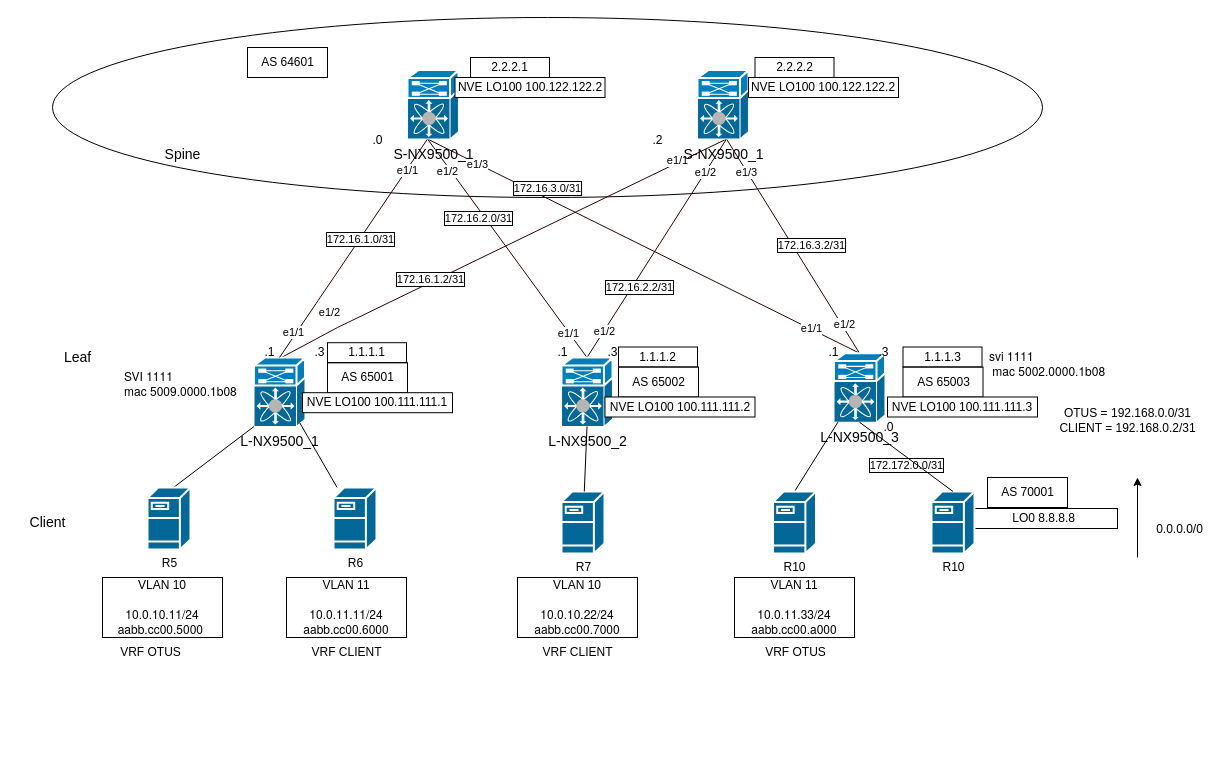
This is DesignNetworkDataCenter/lab8_VxLAN_4_EVPN_type5/lab8_type5.drawio from rain360z/otus-networks, a draw.io file, before an edit. Source tidied: cells renumbered, new cells numbered last; positions are measured from the earlier drawing's top-left corner, leaving out a move shared by most shapes. Both pictures are drawn from the tidied source at 100%, with x=0, y=0 at pixel (17, 17).
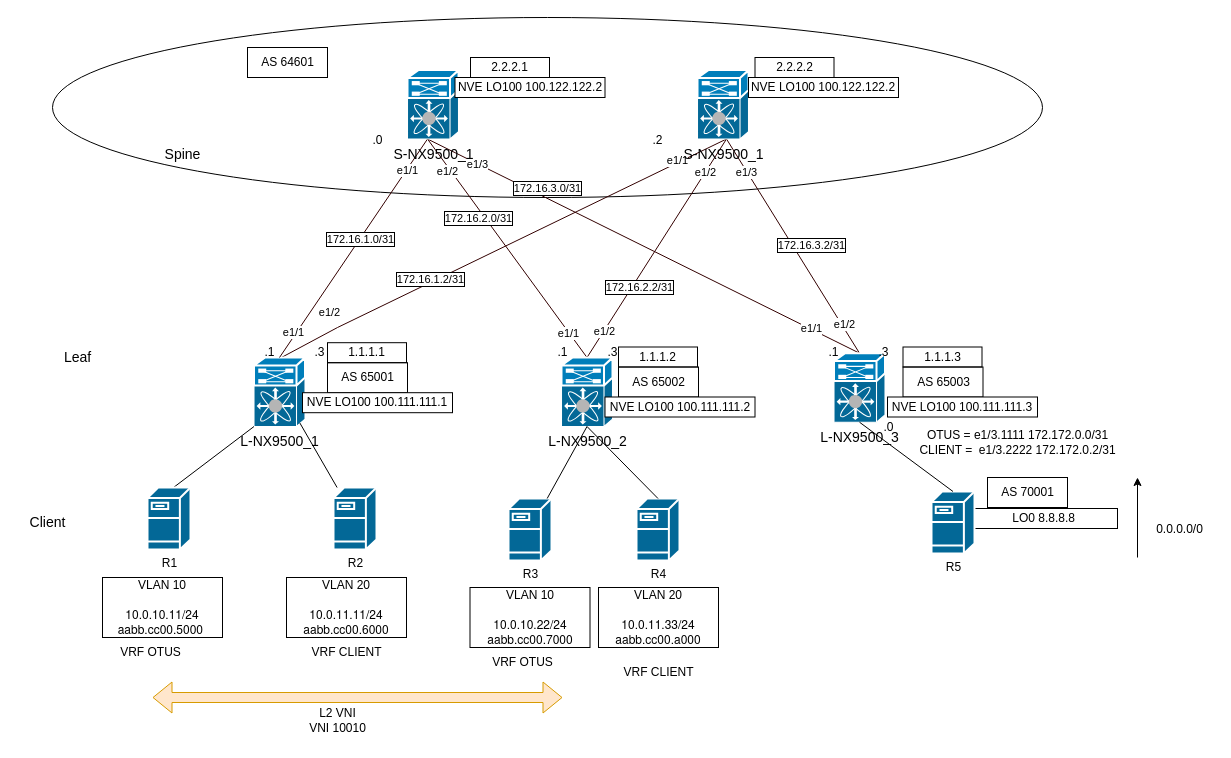
Above is the later version.

The change refers to these unchanged cells:
```xml
<mxCell id="13" value="L-NX9500_2" style="shape=mxgraph.cisco.misc.nexus_7000;html=1;fillColor=#036897;strokeColor=#ffffff;strokeWidth=2;verticalLabelPosition=bottom;verticalAlign=top;align=center;outlineConnect=0;fontSize=14;" parent="1" vertex="1">
  <mxGeometry x="544" y="340" width="51" height="69" as="geometry" />
</mxCell>
<mxCell id="24" value="L-NX9500_3" style="shape=mxgraph.cisco.misc.nexus_7000;html=1;fillColor=#036897;strokeColor=#ffffff;strokeWidth=2;verticalLabelPosition=bottom;verticalAlign=top;align=center;outlineConnect=0;fontSize=14;" parent="1" vertex="1">
  <mxGeometry x="816.5" y="335.7" width="51" height="69" as="geometry" />
</mxCell>
```

What changed in the source:
```diff
@@
-    <mxCell id="25" style="endArrow=none;html=1;rounded=0;exitX=0.5;exitY=0;exitDx=0;exitDy=0;exitPerimeter=0;fontSize=14;" parent="1" edge="1" source="62" target="24">
-      <mxGeometry relative="1" as="geometry" />
-    </mxCell>
@@
-    <mxCell id="60" value="VLAN 11&lt;br style=&quot;box-sizing: border-box; font-family: &amp;quot;Helvetica Neue&amp;quot;, Helvetica, Arial, sans-serif;&quot;&gt;&lt;br style=&quot;box-sizing: border-box; font-family: &amp;quot;Helvetica Neue&amp;quot;, Helvetica, Arial, sans-serif;&quot;&gt;&lt;span style=&quot;font-family: &amp;quot;Helvetica Neue&amp;quot;, Helvetica, Arial, sans-serif; background-color: rgb(255, 255, 255);&quot;&gt;10.0.11.33/24&lt;/span&gt;&lt;br style=&quot;box-sizing: border-box; font-family: &amp;quot;Helvetica Neue&amp;quot;, Helvetica, Arial, sans-serif;&quot;&gt;&lt;span style=&quot;font-family: &amp;quot;Helvetica Neue&amp;quot;, Helvetica, Arial, sans-serif; background-color: rgb(255, 255, 255);&quot;&gt;aabb.cc00.a000&lt;/span&gt;" style="rounded=0;whiteSpace=wrap;html=1;fillColor=none;" parent="1" vertex="1">
-      <mxGeometry x="717" y="560" width="120" height="60" as="geometry" />
+    <mxCell id="60" value="VLAN 20&lt;br style=&quot;box-sizing: border-box; font-family: &amp;quot;Helvetica Neue&amp;quot;, Helvetica, Arial, sans-serif;&quot;&gt;&lt;br style=&quot;box-sizing: border-box; font-family: &amp;quot;Helvetica Neue&amp;quot;, Helvetica, Arial, sans-serif;&quot;&gt;&lt;span style=&quot;font-family: &amp;quot;Helvetica Neue&amp;quot;, Helvetica, Arial, sans-serif; background-color: rgb(255, 255, 255);&quot;&gt;10.0.11.33/24&lt;/span&gt;&lt;br style=&quot;box-sizing: border-box; font-family: &amp;quot;Helvetica Neue&amp;quot;, Helvetica, Arial, sans-serif;&quot;&gt;&lt;span style=&quot;font-family: &amp;quot;Helvetica Neue&amp;quot;, Helvetica, Arial, sans-serif; background-color: rgb(255, 255, 255);&quot;&gt;aabb.cc00.a000&lt;/span&gt;" style="rounded=0;whiteSpace=wrap;html=1;fillColor=none;" parent="1" vertex="1">
+      <mxGeometry x="581" y="570" width="120" height="60" as="geometry" />
     </mxCell>
-    <mxCell id="61" value="R5" style="shape=mxgraph.cisco.servers.fileserver;sketch=0;html=1;dashed=0;fillColor=#036897;strokeColor=#ffffff;strokeWidth=2;verticalLabelPosition=bottom;verticalAlign=top;align=center;" parent="1" vertex="1">
+    <mxCell id="61" value="R1" style="shape=mxgraph.cisco.servers.fileserver;sketch=0;html=1;dashed=0;fillColor=#036897;strokeColor=#ffffff;strokeWidth=2;verticalLabelPosition=bottom;verticalAlign=top;align=center;" parent="1" vertex="1">
       <mxGeometry x="130" y="470" width="43" height="62" as="geometry" />
     </mxCell>
-    <mxCell id="62" value="R10" style="shape=mxgraph.cisco.servers.fileserver;sketch=0;html=1;dashed=0;fillColor=#036897;strokeColor=#ffffff;strokeWidth=2;verticalLabelPosition=bottom;verticalAlign=top;align=center;outlineConnect=0;" parent="1" vertex="1">
-      <mxGeometry x="755.5" y="474" width="43" height="62" as="geometry" />
+    <mxCell id="62" value="R4" style="shape=mxgraph.cisco.servers.fileserver;sketch=0;html=1;dashed=0;fillColor=#036897;strokeColor=#ffffff;strokeWidth=2;verticalLabelPosition=bottom;verticalAlign=top;align=center;outlineConnect=0;" parent="1" vertex="1">
+      <mxGeometry x="619" y="481" width="43" height="62" as="geometry" />
     </mxCell>
     <mxCell id="63" value="VLAN 10&lt;br style=&quot;box-sizing: border-box; font-family: &amp;quot;Helvetica Neue&amp;quot;, Helvetica, Arial, sans-serif;&quot;&gt;&lt;br style=&quot;box-sizing: border-box; font-family: &amp;quot;Helvetica Neue&amp;quot;, Helvetica, Arial, sans-serif;&quot;&gt;&lt;span style=&quot;font-family: &amp;quot;Helvetica Neue&amp;quot;, Helvetica, Arial, sans-serif; background-color: rgb(255, 255, 255);&quot;&gt;10.0.10.22/24&lt;/span&gt;&lt;br style=&quot;box-sizing: border-box; font-family: &amp;quot;Helvetica Neue&amp;quot;, Helvetica, Arial, sans-serif;&quot;&gt;&lt;span style=&quot;font-family: &amp;quot;Helvetica Neue&amp;quot;, Helvetica, Arial, sans-serif; background-color: rgb(255, 255, 255);&quot;&gt;aabb.cc00.7000&lt;/span&gt;" style="rounded=0;whiteSpace=wrap;html=1;fillColor=none;" parent="1" vertex="1">
-      <mxGeometry x="500" y="560" width="120" height="60" as="geometry" />
+      <mxGeometry x="452.5" y="570" width="120" height="60" as="geometry" />
     </mxCell>
-    <mxCell id="64" value="VLAN 11&lt;br style=&quot;box-sizing: border-box; font-family: &amp;quot;Helvetica Neue&amp;quot;, Helvetica, Arial, sans-serif;&quot;&gt;&lt;br style=&quot;box-sizing: border-box; font-family: &amp;quot;Helvetica Neue&amp;quot;, Helvetica, Arial, sans-serif;&quot;&gt;&lt;span style=&quot;font-family: &amp;quot;Helvetica Neue&amp;quot;, Helvetica, Arial, sans-serif; background-color: rgb(255, 255, 255);&quot;&gt;10.0.11.11/24&lt;/span&gt;&lt;br style=&quot;box-sizing: border-box; font-family: &amp;quot;Helvetica Neue&amp;quot;, Helvetica, Arial, sans-serif;&quot;&gt;&lt;span style=&quot;font-family: &amp;quot;Helvetica Neue&amp;quot;, Helvetica, Arial, sans-serif; background-color: rgb(255, 255, 255);&quot;&gt;aabb.cc00.6000&lt;/span&gt;" style="rounded=0;whiteSpace=wrap;html=1;fillColor=none;" parent="1" vertex="1">
+    <mxCell id="64" value="VLAN 20&lt;br style=&quot;box-sizing: border-box; font-family: &amp;quot;Helvetica Neue&amp;quot;, Helvetica, Arial, sans-serif;&quot;&gt;&lt;br style=&quot;box-sizing: border-box; font-family: &amp;quot;Helvetica Neue&amp;quot;, Helvetica, Arial, sans-serif;&quot;&gt;&lt;span style=&quot;font-family: &amp;quot;Helvetica Neue&amp;quot;, Helvetica, Arial, sans-serif; background-color: rgb(255, 255, 255);&quot;&gt;10.0.11.11/24&lt;/span&gt;&lt;br style=&quot;box-sizing: border-box; font-family: &amp;quot;Helvetica Neue&amp;quot;, Helvetica, Arial, sans-serif;&quot;&gt;&lt;span style=&quot;font-family: &amp;quot;Helvetica Neue&amp;quot;, Helvetica, Arial, sans-serif; background-color: rgb(255, 255, 255);&quot;&gt;aabb.cc00.6000&lt;/span&gt;" style="rounded=0;whiteSpace=wrap;html=1;fillColor=none;" parent="1" vertex="1">
       <mxGeometry x="269" y="560" width="120" height="60" as="geometry" />
     </mxCell>
-    <mxCell id="65" value="R7" style="shape=mxgraph.cisco.servers.fileserver;sketch=0;html=1;dashed=0;fillColor=#036897;strokeColor=#ffffff;strokeWidth=2;verticalLabelPosition=bottom;verticalAlign=top;align=center;outlineConnect=0;" parent="1" vertex="1">
-      <mxGeometry x="544" y="474" width="43" height="62" as="geometry" />
+    <mxCell id="65" value="R3" style="shape=mxgraph.cisco.servers.fileserver;sketch=0;html=1;dashed=0;fillColor=#036897;strokeColor=#ffffff;strokeWidth=2;verticalLabelPosition=bottom;verticalAlign=top;align=center;outlineConnect=0;" parent="1" vertex="1">
+      <mxGeometry x="491" y="481" width="43" height="62" as="geometry" />
     </mxCell>
-    <mxCell id="66" value="R6" style="shape=mxgraph.cisco.servers.fileserver;sketch=0;html=1;dashed=0;fillColor=#036897;strokeColor=#ffffff;strokeWidth=2;verticalLabelPosition=bottom;verticalAlign=top;align=center;outlineConnect=0;" parent="1" vertex="1">
+    <mxCell id="66" value="R2" style="shape=mxgraph.cisco.servers.fileserver;sketch=0;html=1;dashed=0;fillColor=#036897;strokeColor=#ffffff;strokeWidth=2;verticalLabelPosition=bottom;verticalAlign=top;align=center;outlineConnect=0;" parent="1" vertex="1">
       <mxGeometry x="316" y="470" width="43" height="62" as="geometry" />
     </mxCell>
@@
-    <mxCell id="69" value="&lt;span style=&quot;color: rgb(0, 0, 0); font-family: &amp;quot;Helvetica Neue&amp;quot;, Helvetica, Arial, sans-serif; font-size: 12px; font-style: normal; font-variant-ligatures: normal; font-variant-caps: normal; font-weight: 400; letter-spacing: normal; orphans: 2; text-align: -webkit-center; text-indent: 0px; text-transform: none; widows: 2; word-spacing: 0px; -webkit-text-stroke-width: 0px; background-color: rgb(255, 255, 255); text-decoration-thickness: initial; text-decoration-style: initial; text-decoration-color: initial; float: none; display: inline !important;&quot;&gt;svi 1111&lt;/span&gt;&lt;br style=&quot;box-sizing: border-box; color: rgb(0, 0, 0); font-family: &amp;quot;Helvetica Neue&amp;quot;, Helvetica, Arial, sans-serif; font-size: 12px; font-style: normal; font-variant-ligatures: normal; font-variant-caps: normal; font-weight: 400; letter-spacing: normal; orphans: 2; text-align: -webkit-center; text-indent: 0px; text-transform: none; widows: 2; word-spacing: 0px; -webkit-text-stroke-width: 0px; text-decoration-thickness: initial; text-decoration-style: initial; text-decoration-color: initial;&quot;&gt;&lt;span style=&quot;color: rgb(0, 0, 0); font-family: &amp;quot;Helvetica Neue&amp;quot;, Helvetica, Arial, sans-serif; font-size: 12px; font-style: normal; font-variant-ligatures: normal; font-variant-caps: normal; font-weight: 400; letter-spacing: normal; orphans: 2; text-align: -webkit-center; text-indent: 0px; text-transform: none; widows: 2; word-spacing: 0px; -webkit-text-stroke-width: 0px; background-color: rgb(255, 255, 255); text-decoration-thickness: initial; text-decoration-style: initial; text-decoration-color: initial; float: none; display: inline !important;&quot;&gt;&amp;nbsp;mac 5002.0000.1b08&lt;/span&gt;" style="text;whiteSpace=wrap;html=1;" parent="1" vertex="1">
-      <mxGeometry x="970" y="325.2" width="150" height="50" as="geometry" />
-    </mxCell>
-    <mxCell id="70" value="&lt;span style=&quot;color: rgb(0, 0, 0); font-family: &amp;quot;Helvetica Neue&amp;quot;, Helvetica, Arial, sans-serif; font-size: 12px; font-style: normal; font-variant-ligatures: normal; font-variant-caps: normal; font-weight: 400; letter-spacing: normal; orphans: 2; text-align: -webkit-center; text-indent: 0px; text-transform: none; widows: 2; word-spacing: 0px; -webkit-text-stroke-width: 0px; background-color: rgb(255, 255, 255); text-decoration-thickness: initial; text-decoration-style: initial; text-decoration-color: initial; float: none; display: inline !important;&quot;&gt;SVI 1111&lt;/span&gt;&lt;br style=&quot;box-sizing: border-box; color: rgb(0, 0, 0); font-family: &amp;quot;Helvetica Neue&amp;quot;, Helvetica, Arial, sans-serif; font-size: 12px; font-style: normal; font-variant-ligatures: normal; font-variant-caps: normal; font-weight: 400; letter-spacing: normal; orphans: 2; text-align: -webkit-center; text-indent: 0px; text-transform: none; widows: 2; word-spacing: 0px; -webkit-text-stroke-width: 0px; text-decoration-thickness: initial; text-decoration-style: initial; text-decoration-color: initial;&quot;&gt;&lt;span style=&quot;color: rgb(0, 0, 0); font-family: &amp;quot;Helvetica Neue&amp;quot;, Helvetica, Arial, sans-serif; font-size: 12px; font-style: normal; font-variant-ligatures: normal; font-variant-caps: normal; font-weight: 400; letter-spacing: normal; orphans: 2; text-align: -webkit-center; text-indent: 0px; text-transform: none; widows: 2; word-spacing: 0px; -webkit-text-stroke-width: 0px; background-color: rgb(255, 255, 255); text-decoration-thickness: initial; text-decoration-style: initial; text-decoration-color: initial; float: none; display: inline !important;&quot;&gt;mac 5009.0000.1b08&lt;/span&gt;" style="text;whiteSpace=wrap;html=1;" parent="1" vertex="1">
-      <mxGeometry x="105" y="345.2" width="125" height="50" as="geometry" />
-    </mxCell>
@@
-    <mxCell id="75" value="172.172.0.0/31" style="edgeLabel;html=1;align=center;verticalAlign=middle;labelBorderColor=default;" parent="1" vertex="1">
-      <mxGeometry x="885.5" y="450" as="geometry">
-        <mxPoint x="3" y="-3" as="offset" />
-      </mxGeometry>
-    </mxCell>
@@
-    <mxCell id="77" value="R10" style="shape=mxgraph.cisco.servers.fileserver;sketch=0;html=1;dashed=0;fillColor=#036897;strokeColor=#ffffff;strokeWidth=2;verticalLabelPosition=bottom;verticalAlign=top;align=center;outlineConnect=0;" parent="1" vertex="1">
+    <mxCell id="77" value="R5" style="shape=mxgraph.cisco.servers.fileserver;sketch=0;html=1;dashed=0;fillColor=#036897;strokeColor=#ffffff;strokeWidth=2;verticalLabelPosition=bottom;verticalAlign=top;align=center;outlineConnect=0;" parent="1" vertex="1">
       <mxGeometry x="914" y="474" width="43" height="62" as="geometry" />
     </mxCell>
@@
-    <mxCell id="81" value="VRF CLIENT" style="text;html=1;align=center;verticalAlign=middle;strokeColor=none;fillColor=none;" parent="1" vertex="1">
-      <mxGeometry x="515" y="620" width="90" height="30" as="geometry" />
+    <mxCell id="81" value="VRF OTUS" style="text;html=1;align=center;verticalAlign=middle;strokeColor=none;fillColor=none;" parent="1" vertex="1">
+      <mxGeometry x="465" y="630" width="80" height="30" as="geometry" />
     </mxCell>
-    <mxCell id="82" value="VRF OTUS" style="text;html=1;align=center;verticalAlign=middle;strokeColor=none;fillColor=none;" parent="1" vertex="1">
-      <mxGeometry x="737.5" y="620" width="80" height="30" as="geometry" />
+    <mxCell id="82" value="VRF CLIENT" style="text;html=1;align=center;verticalAlign=middle;strokeColor=none;fillColor=none;" parent="1" vertex="1">
+      <mxGeometry x="596" y="640" width="90" height="30" as="geometry" />
     </mxCell>
-    <mxCell id="83" value="OTUS = 192.168.0.0/31&lt;br&gt;CLIENT = 192.168.0.2/31" style="text;html=1;align=center;verticalAlign=middle;strokeColor=none;fillColor=none;" parent="1" vertex="1">
-      <mxGeometry x="1030" y="383" width="160" height="40" as="geometry" />
+    <mxCell id="83" value="OTUS = e1/3.1111 172.172.0.0/31&lt;br&gt;CLIENT =&amp;nbsp; e1/3.2222 172.172.0.2/31" style="text;html=1;align=center;verticalAlign=middle;strokeColor=none;fillColor=none;" parent="1" vertex="1">
+      <mxGeometry x="890" y="404.7" width="220" height="40" as="geometry" />
     </mxCell>
+    <mxCell id="84" style="endArrow=none;html=1;rounded=0;entryX=0.5;entryY=1;entryDx=0;entryDy=0;entryPerimeter=0;fontSize=14;exitX=0.5;exitY=0;exitDx=0;exitDy=0;exitPerimeter=0;" parent="1" edge="1" source="62" target="13">
+      <mxGeometry relative="1" as="geometry" />
+    </mxCell>
+    <mxCell id="85" style="shape=flexArrow;endArrow=classic;startArrow=classic;html=1;rounded=0;fillColor=#ffe6cc;strokeColor=#d79b00;" parent="1" edge="1">
+      <mxGeometry relative="1" as="geometry">
+        <mxPoint x="135" y="680" as="sourcePoint" />
+        <mxPoint x="545" y="680" as="targetPoint" />
+      </mxGeometry>
+    </mxCell>
+    <mxCell id="86" value="L2 VNI&lt;br&gt;VNI 10010" style="text;html=1;align=center;verticalAlign=middle;strokeColor=none;fillColor=none;" parent="1" vertex="1">
+      <mxGeometry x="280" y="683" width="80" height="40" as="geometry" />
+    </mxCell>
```
